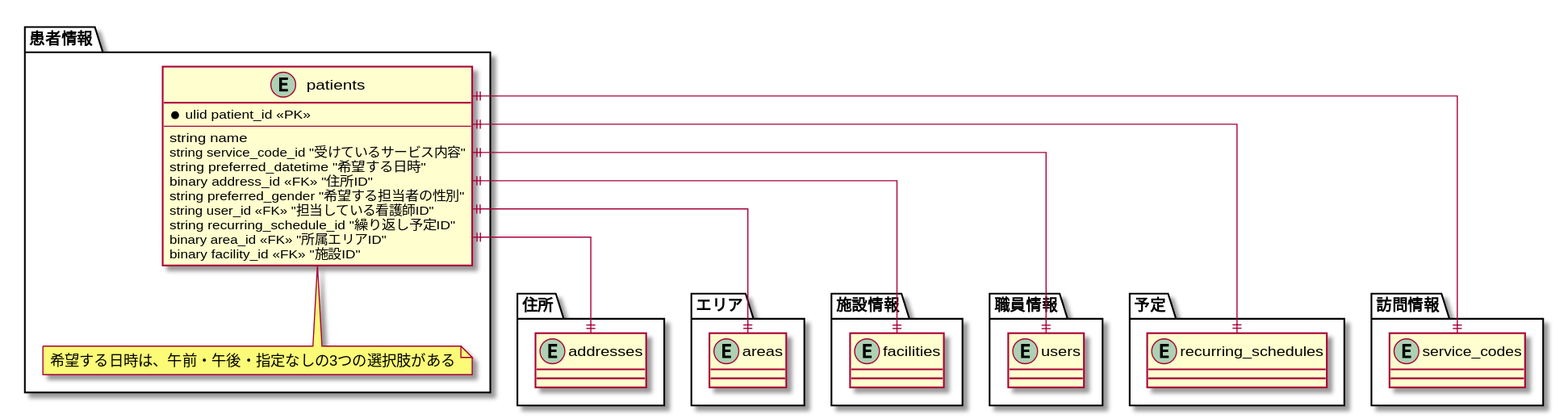
Fukuemon/buddy_design_docs keeps this PlantUML diagram as src/diagrams-svg/ER/tables/patients.svg. Above is the earlier version.
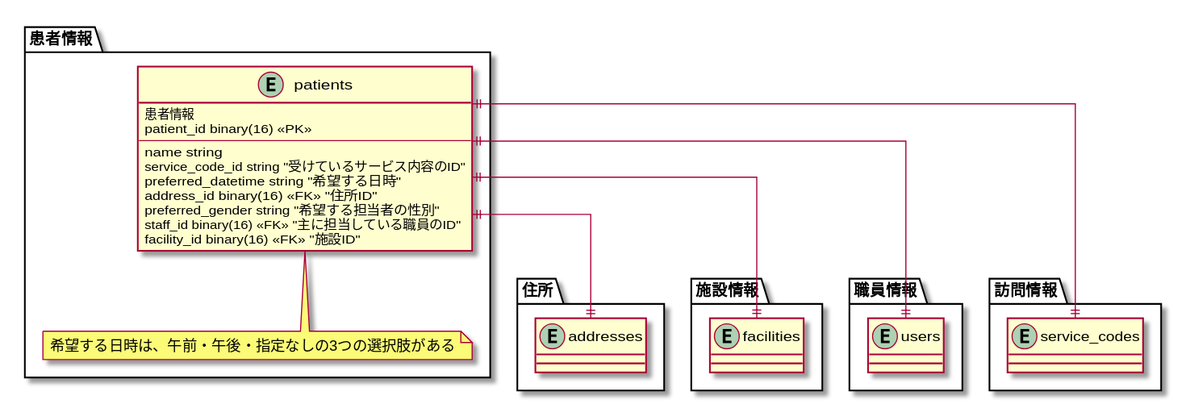
Later version of the same file.

The edit, as a diff of the source:
```diff
@@ -3,17 +3,16 @@
 
 package 患者情報 {
   entity patients {
-    * ulid patient_id <<PK>>
+    患者情報
+    patient_id binary(16) <<PK>>
     --
-    string name
-    string service_code_id "受けているサービス内容"
-    string preferred_datetime "希望する日時"
-    binary address_id <<FK>> "住所ID"
-    string preferred_gender "希望する担当者の性別"
-    string user_id <<FK>> "担当している看護師ID"
-    string recurring_schedule_id "繰り返し予定ID"
-    binary area_id <<FK>> "所属エリアID"
-    binary facility_id <<FK>> "施設ID"
+    name string
+    service_code_id string "受けているサービス内容のID"
+    preferred_datetime string "希望する日時"
+    address_id binary(16)  <<FK>> "住所ID"
+    preferred_gender string "希望する担当者の性別"
+    staff_id binary(16) <<FK>> "主に担当している職員のID"
+    facility_id binary(16) <<FK>> "施設ID"
   }
   note bottom of patients
   希望する日時は、午前・午後・指定なしの3つの選択肢がある
@@ -24,10 +23,6 @@
   entity addresses
 }
 
-package エリア {
-  entity areas
-}
-
 package 施設情報 {
   entity facilities
 }
@@ -36,18 +31,12 @@
   entity users
 }
 
-package 予定 {
-  entity recurring_schedules
-}
-
 package 訪問情報 {
   entity service_codes
 }
 
 patients ||--|| facilities
-patients ||--|| areas
 patients ||--|| addresses
 patients ||--|| service_codes
 patients ||--|| users
-patients ||--|| recurring_schedules
 @enduml
```
